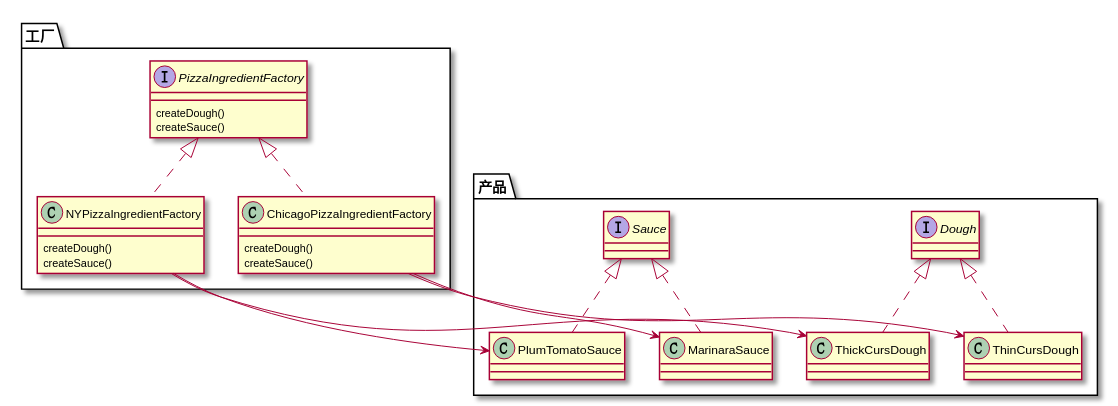
This is pattern_umls/factory/abstract_factory/pizza_abstract_facotry.svg from zzbb1199/HeadFirst, a PlantUML export, as it was before one commit.
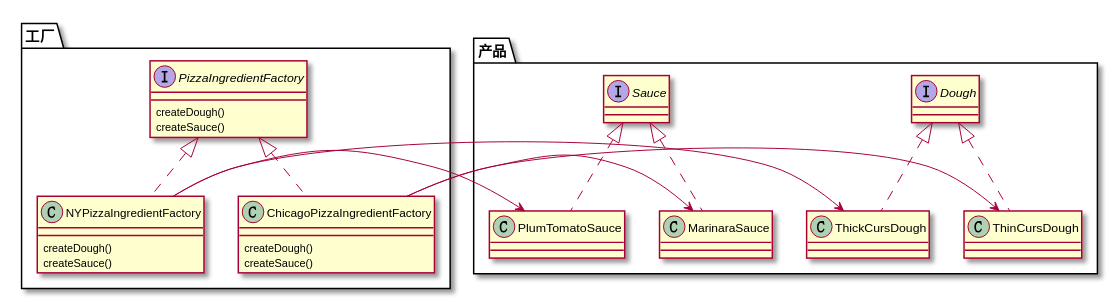
After the change.

Diff of the diagram source:
```diff
@@ -47,12 +47,12 @@
 
 
 
-NYPizzaIngredientFactory --> ThickCursDough
-NYPizzaIngredientFactory --> PlumTomatoSauce
+NYPizzaIngredientFactory -> ThickCursDough
+NYPizzaIngredientFactory -> PlumTomatoSauce
 
 
-ChicagoPizzaIngredientFactory --> ThinCursDough
-ChicagoPizzaIngredientFactory --> MarinaraSauce
+ChicagoPizzaIngredientFactory -> ThinCursDough
+ChicagoPizzaIngredientFactory -> MarinaraSauce
 
 
 @enduml
```
